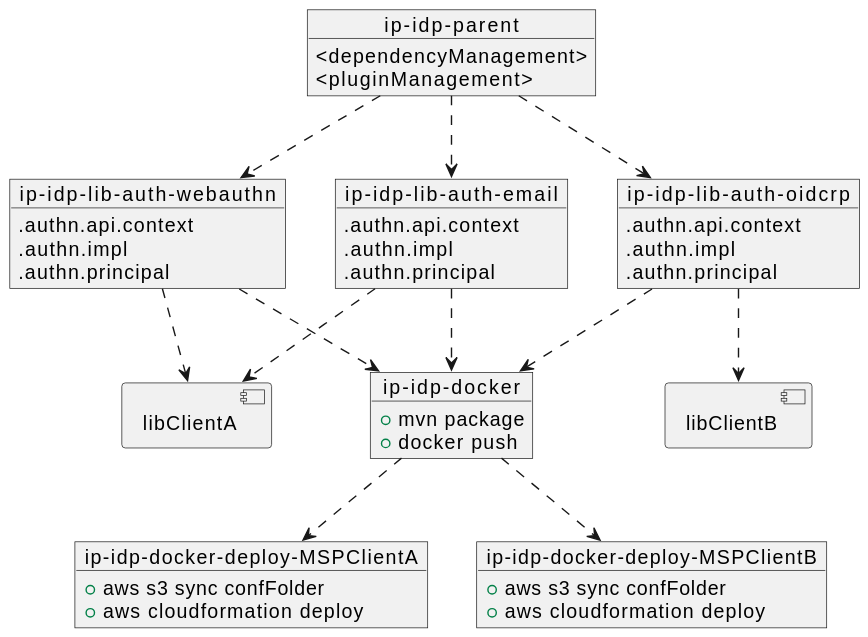
Before: assets/img/maven-project-layout.svg, a diagram exported from PlantUML (Olevi-id/ip-idp-documentation).
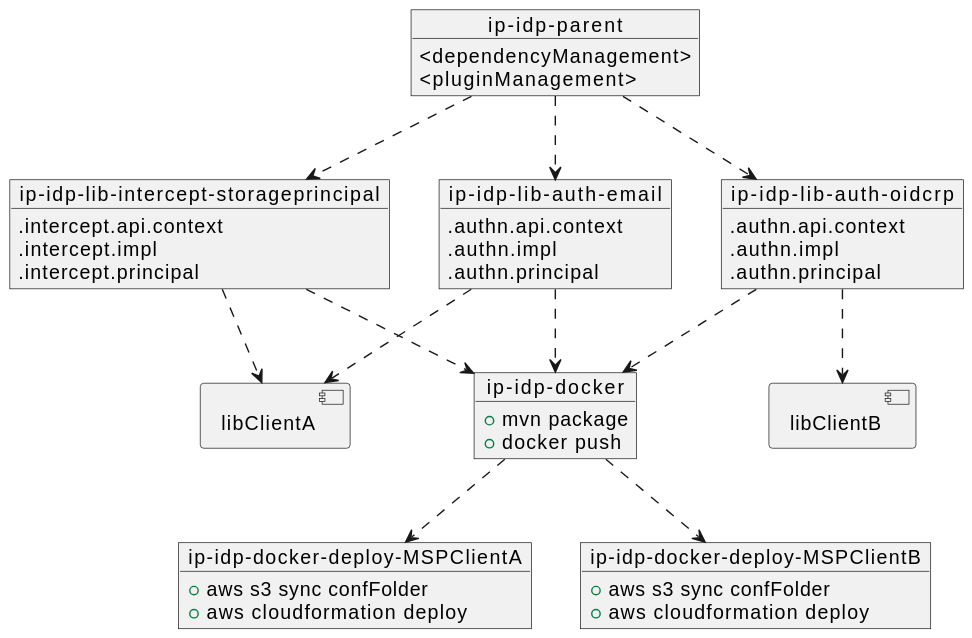
After the commit.

What changed in the source:
```diff
@@ -1,4 +1,4 @@
-@startuml maven-project-layout
+@startuml
 allowmixing
 
 object "ip-idp-parent" as parent {
@@ -18,10 +18,10 @@
     .authn.principal
 }
 
-object "ip-idp-lib-auth-webauthn" as lib3 {
-    .authn.api.context
-    .authn.impl
-    .authn.principal
+object "ip-idp-lib-intercept-storageprincipal" as lib3 {
+    .intercept.api.context
+    .intercept.impl
+    .intercept.principal
 }
 
 object "ip-idp-docker" as docker {
@@ -51,5 +51,4 @@
 lib3 ..> libClientA
 docker ..> deployMSPA
 docker ..> deployMSPB
-
 @enduml
```
